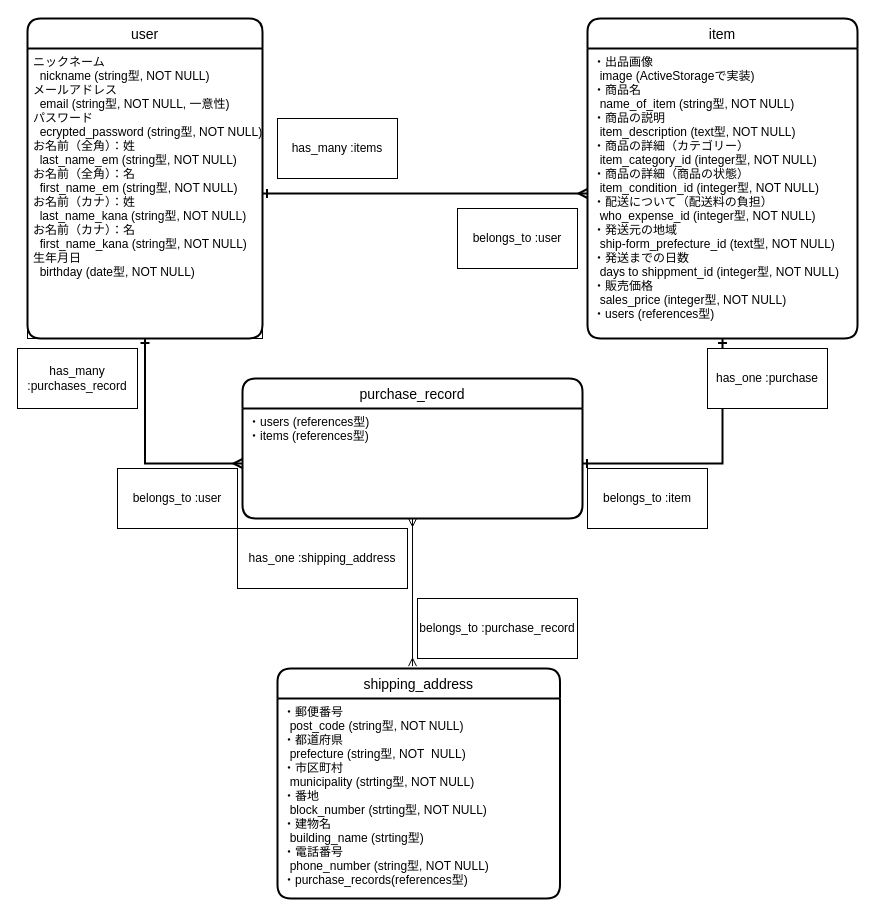
w8u8w/furima-33943 keeps this draw.io diagram as ER.dio. Above is the earlier version. Source tidied: cells renumbered, new cells numbered last; positions are measured from the earlier drawing's top-left corner, leaving out a move shared by most shapes. Both pictures are drawn from the tidied source at 100%, with x=0, y=0 at pixel (17, 18).
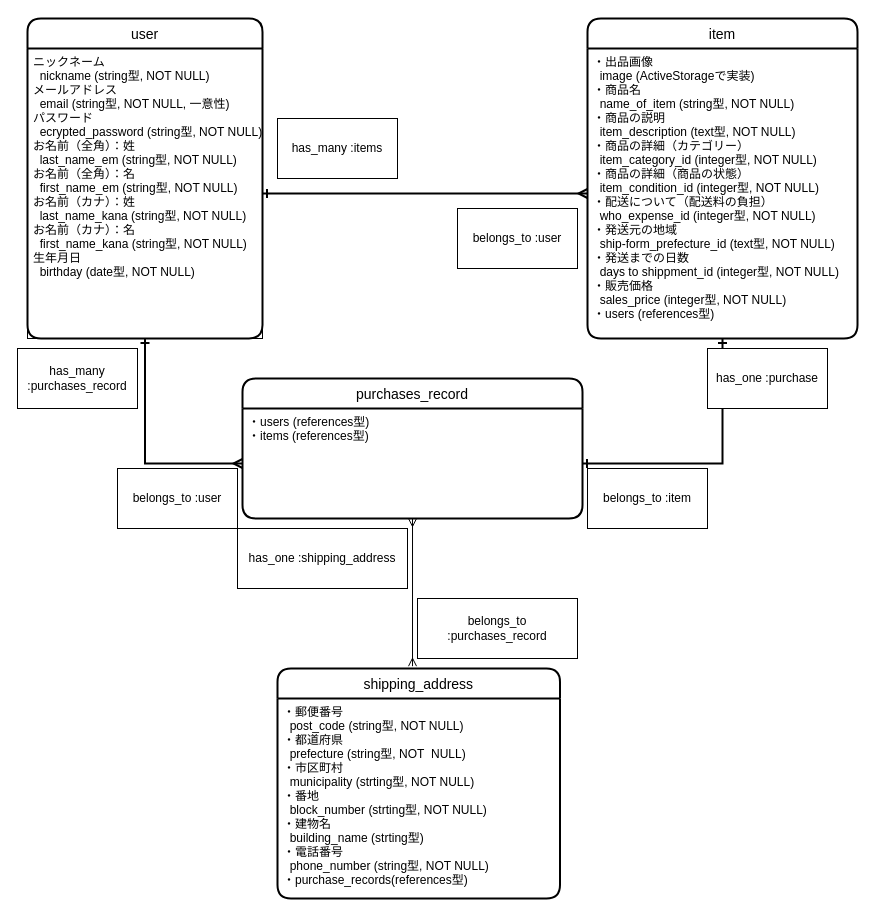
Above is the later version.

Commit message:
purchases_recordテーブル名の修正

What changed in the source:
```diff
@@
-    <mxCell id="8" value="purchase_record" style="swimlane;horizontal=1;startSize=30;rounded=1;fontSize=14;fontStyle=0;strokeWidth=2;shadow=0;dashed=0;align=center;" parent="1" vertex="1">
+    <mxCell id="8" value="purchases_record" style="swimlane;horizontal=1;startSize=30;rounded=1;fontSize=14;fontStyle=0;strokeWidth=2;shadow=0;dashed=0;align=center;" parent="1" vertex="1">
       <mxGeometry x="225" y="360" width="340" height="140" as="geometry" />
     </mxCell>
@@
-    <mxCell id="24" value="belongs_to :purchase_record" style="rounded=0;whiteSpace=wrap;html=1;" parent="1" vertex="1">
+    <mxCell id="24" value="belongs_to :purchases_record" style="rounded=0;whiteSpace=wrap;html=1;" parent="1" vertex="1">
       <mxGeometry x="400" y="580" width="160" height="60" as="geometry" />
     </mxCell>
```
